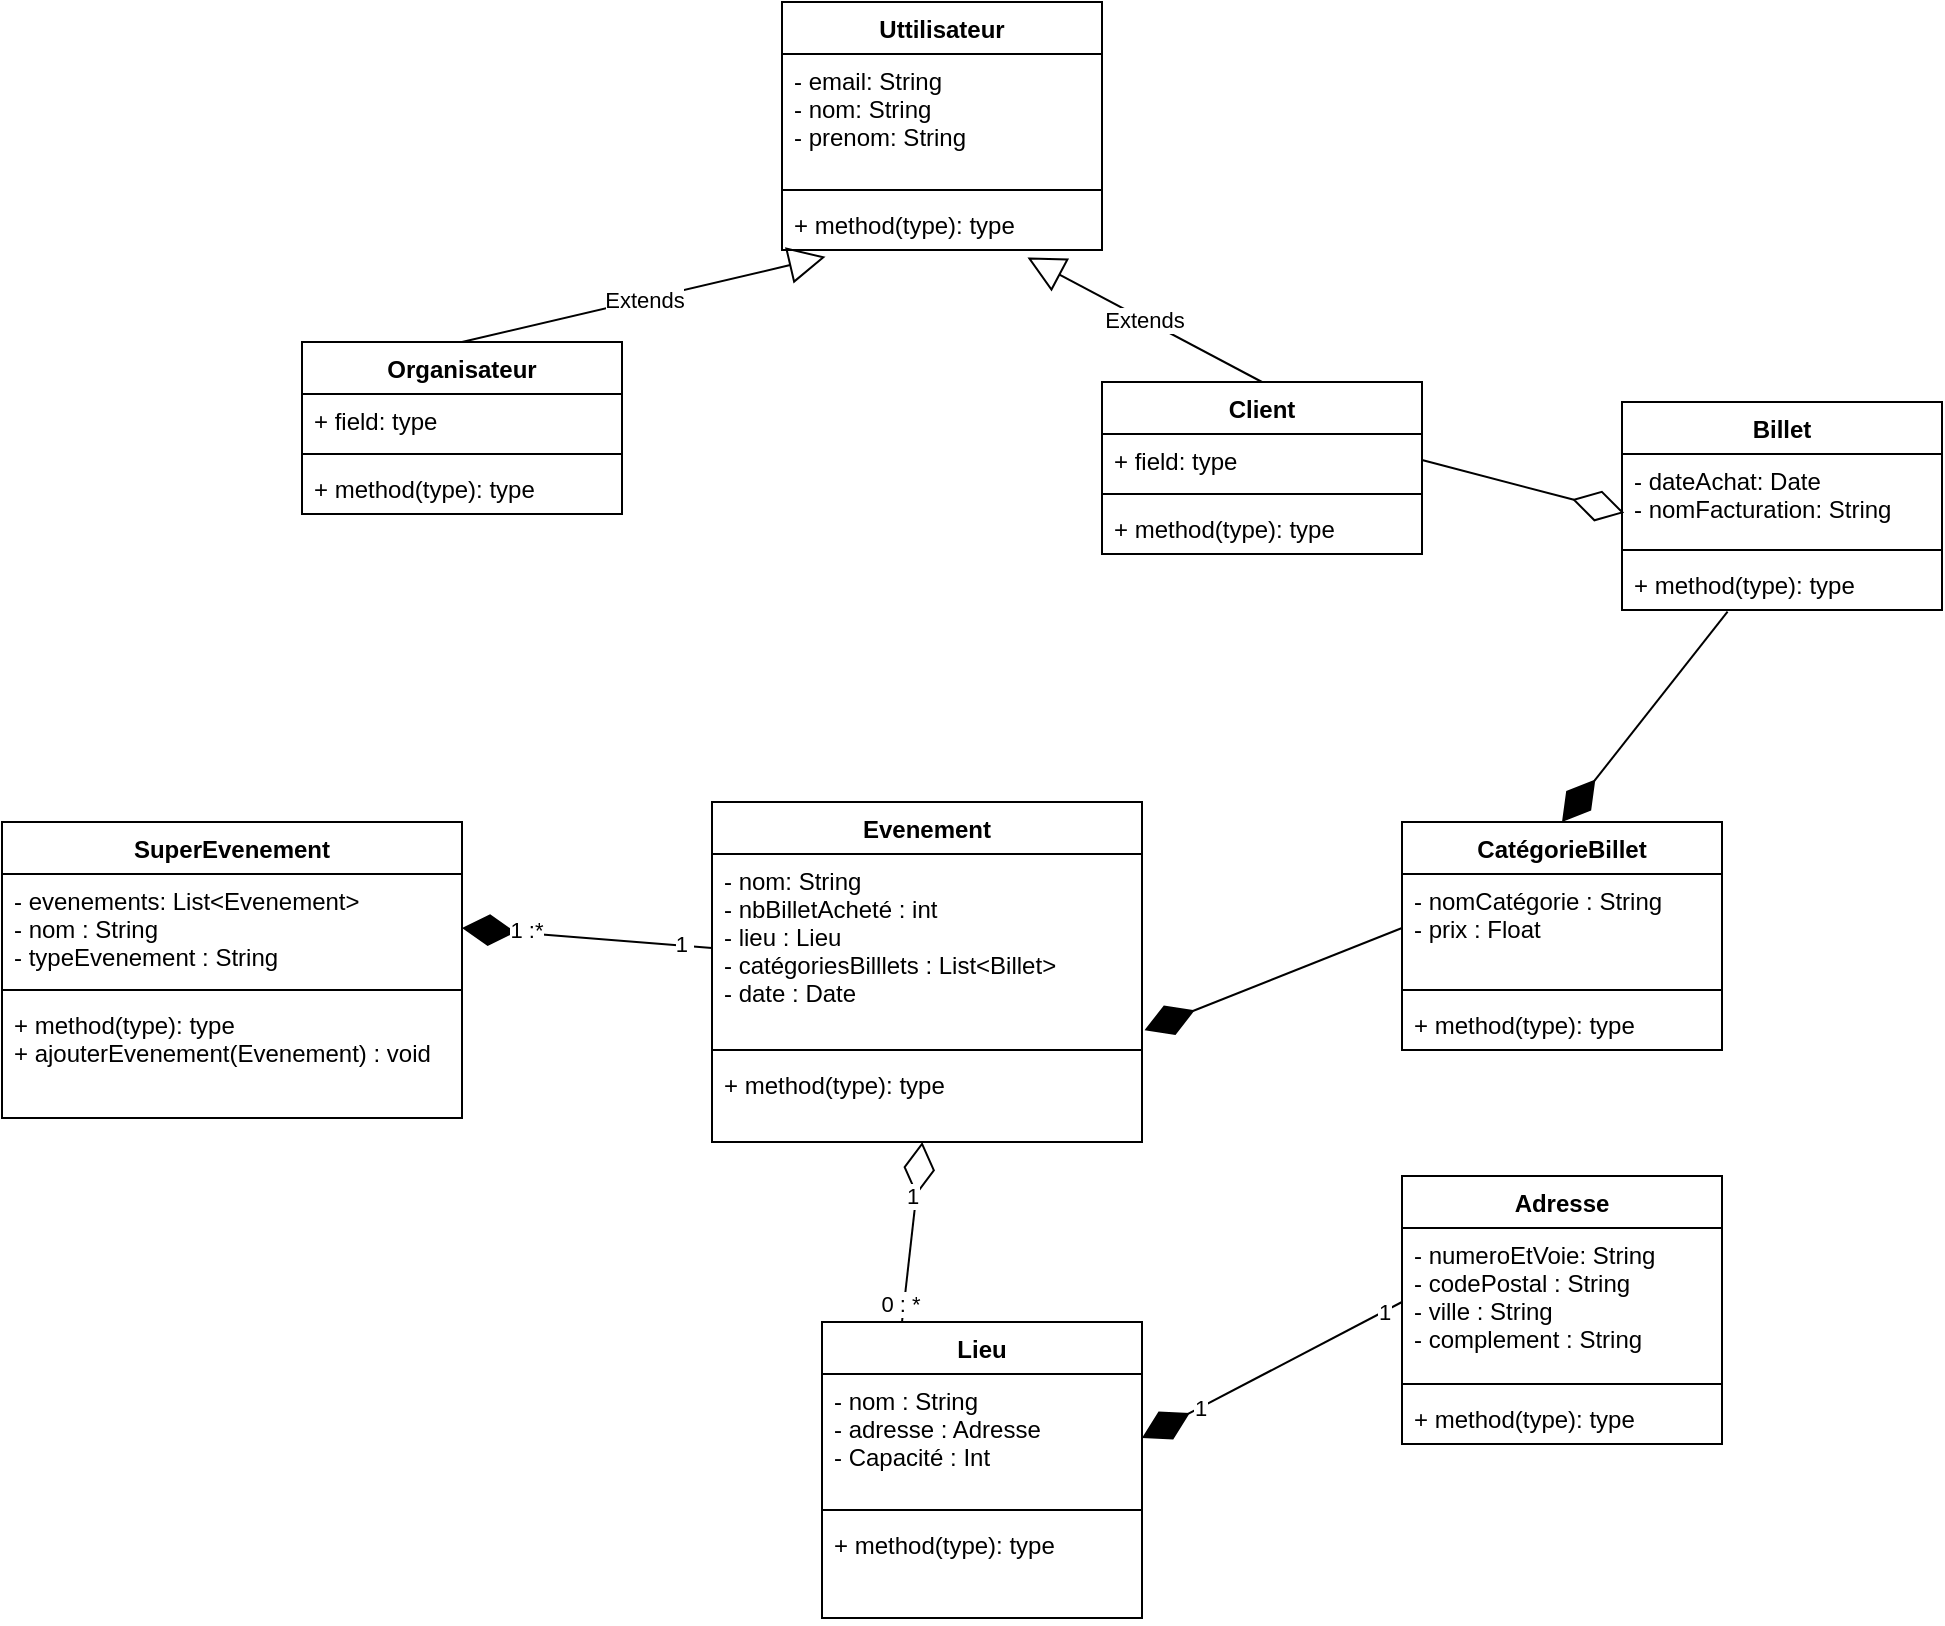
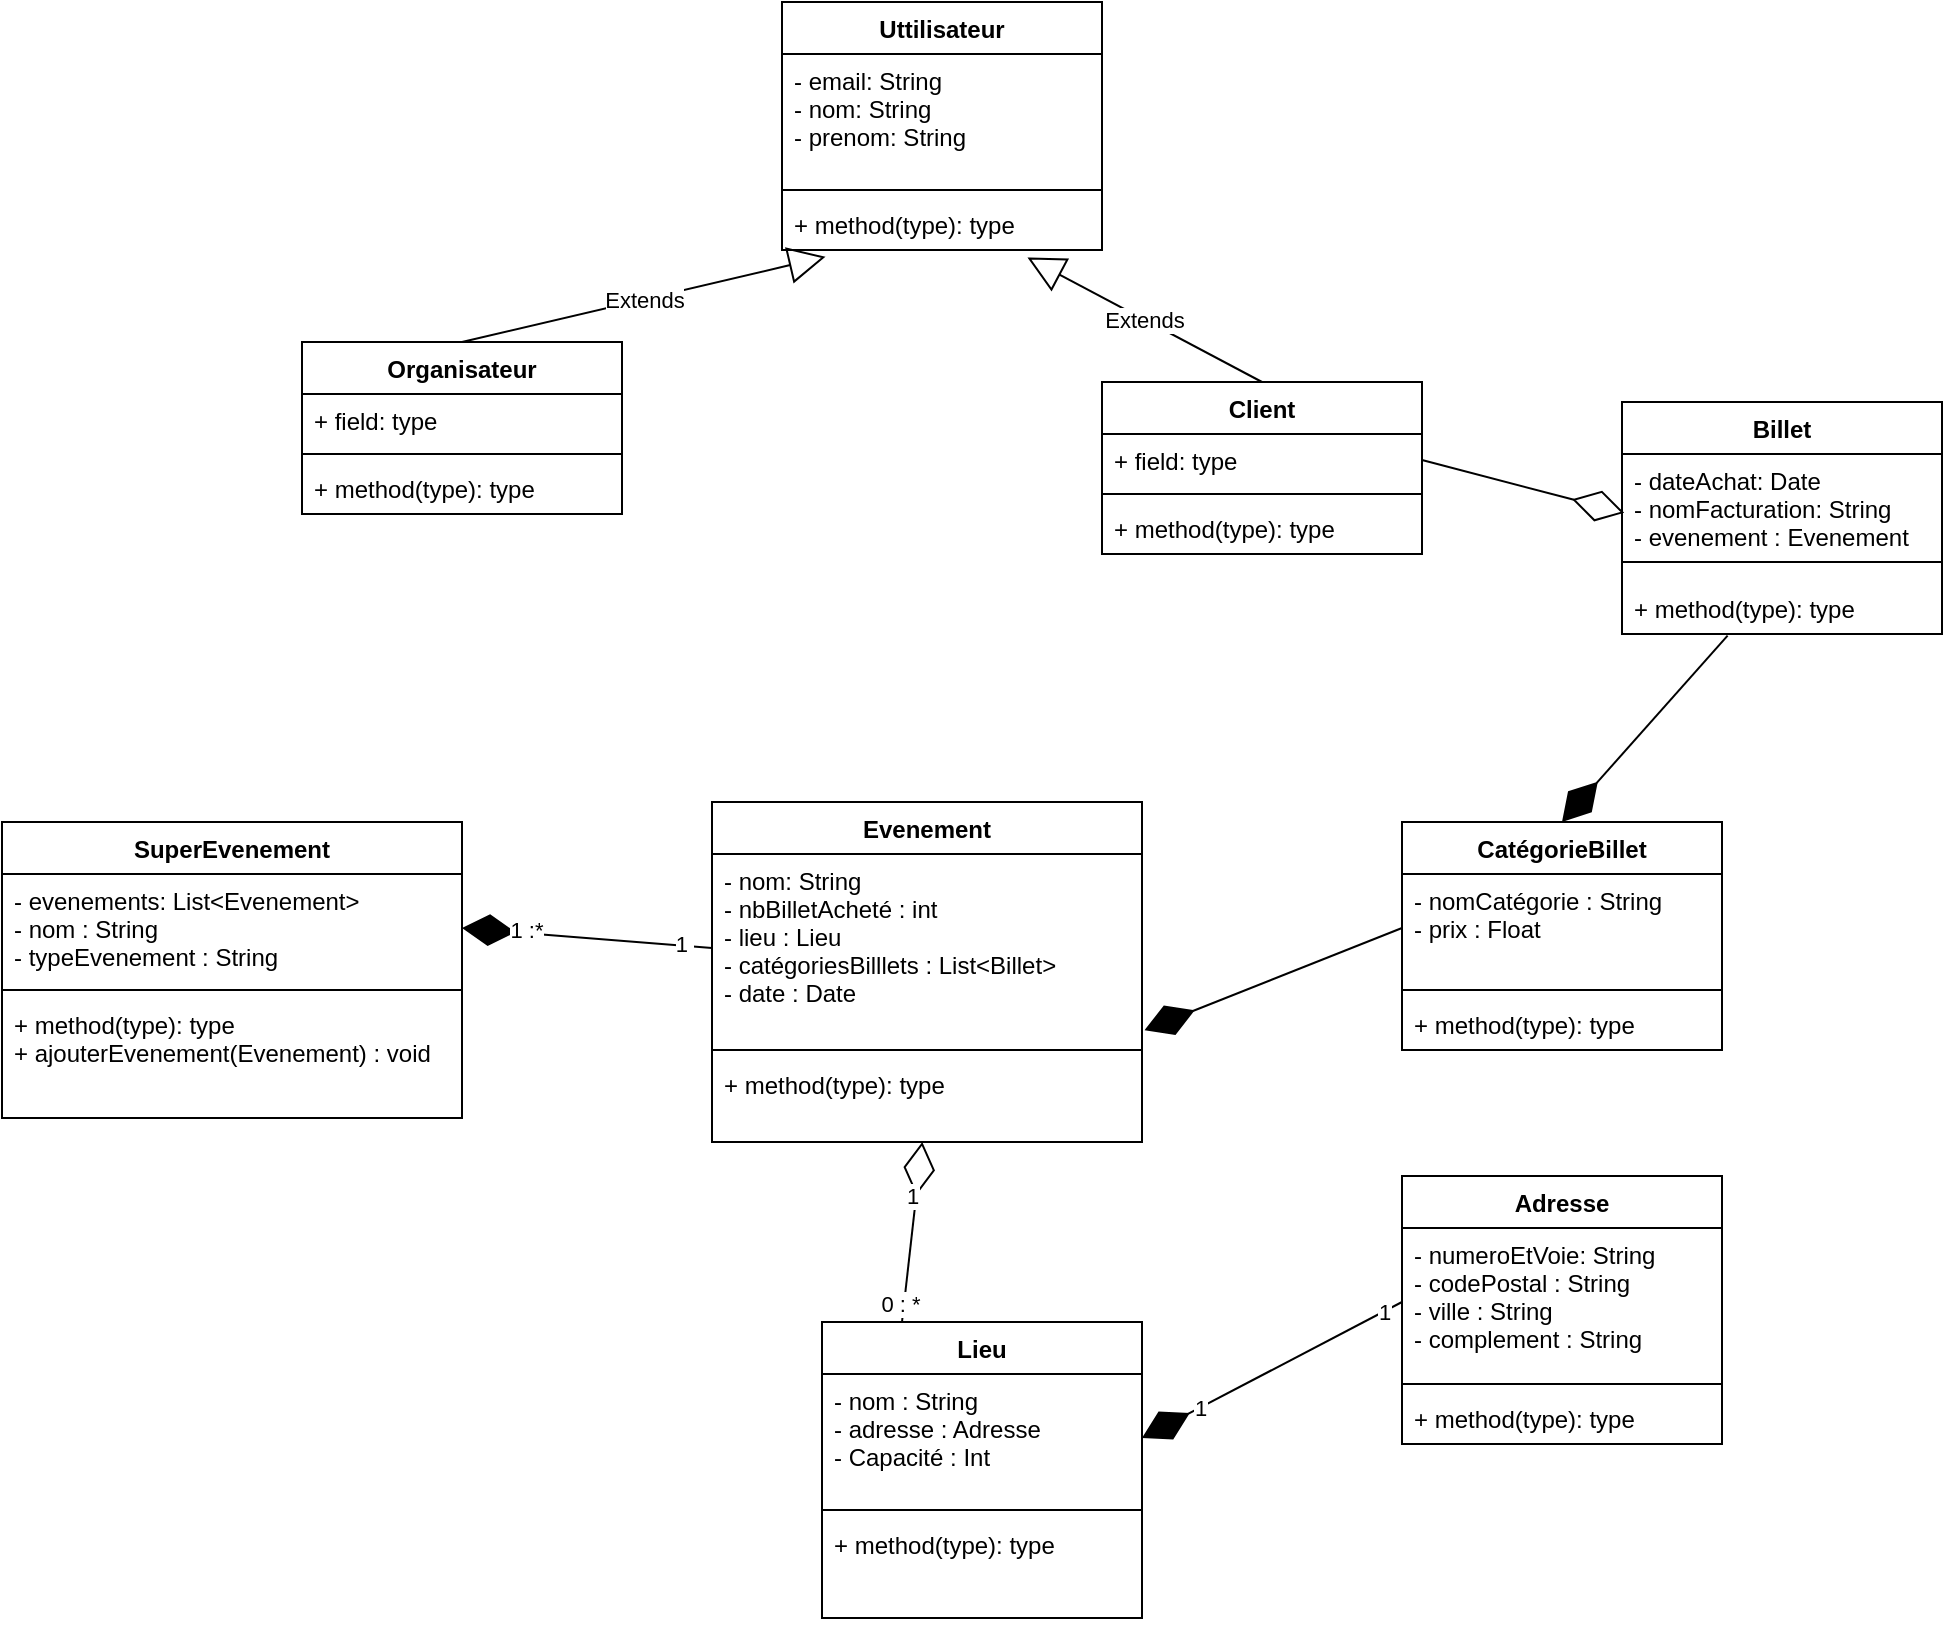
<mxfile host="65bd71144e">
    <diagram id="f2BURgSD-AAibuTe-Y48" name="Page-1">
        <mxGraphModel dx="638" dy="2083" grid="1" gridSize="10" guides="1" tooltips="1" connect="1" arrows="1" fold="1" page="1" pageScale="1" pageWidth="850" pageHeight="1100" math="0" shadow="0">
            <root>
                <mxCell id="0"/>
                <mxCell id="1" parent="0"/>
                <mxCell id="2" value="Evenement" style="swimlane;fontStyle=1;align=center;verticalAlign=top;childLayout=stackLayout;horizontal=1;startSize=26;horizontalStack=0;resizeParent=1;resizeParentMax=0;resizeLast=0;collapsible=1;marginBottom=0;" parent="1" vertex="1">
                    <mxGeometry x="415" y="320" width="215" height="170" as="geometry"/>
                </mxCell>
                <mxCell id="3" value="- nom: String&#10;- nbBilletAcheté : int&#10;- lieu : Lieu&#10;- catégoriesBilllets : List&lt;Billet&gt;&#10;- date : Date" style="text;strokeColor=none;fillColor=none;align=left;verticalAlign=top;spacingLeft=4;spacingRight=4;overflow=hidden;rotatable=0;points=[[0,0.5],[1,0.5]];portConstraint=eastwest;" parent="2" vertex="1">
                    <mxGeometry y="26" width="215" height="94" as="geometry"/>
                </mxCell>
                <mxCell id="4" value="" style="line;strokeWidth=1;fillColor=none;align=left;verticalAlign=middle;spacingTop=-1;spacingLeft=3;spacingRight=3;rotatable=0;labelPosition=right;points=[];portConstraint=eastwest;strokeColor=inherit;" parent="2" vertex="1">
                    <mxGeometry y="120" width="215" height="8" as="geometry"/>
                </mxCell>
                <mxCell id="5" value="+ method(type): type" style="text;strokeColor=none;fillColor=none;align=left;verticalAlign=top;spacingLeft=4;spacingRight=4;overflow=hidden;rotatable=0;points=[[0,0.5],[1,0.5]];portConstraint=eastwest;" parent="2" vertex="1">
                    <mxGeometry y="128" width="215" height="42" as="geometry"/>
                </mxCell>
                <mxCell id="6" value="SuperEvenement" style="swimlane;fontStyle=1;align=center;verticalAlign=top;childLayout=stackLayout;horizontal=1;startSize=26;horizontalStack=0;resizeParent=1;resizeParentMax=0;resizeLast=0;collapsible=1;marginBottom=0;" parent="1" vertex="1">
                    <mxGeometry x="60" y="330" width="230" height="148" as="geometry"/>
                </mxCell>
                <mxCell id="7" value="- evenements: List&lt;Evenement&gt;&#10;- nom : String&#10;- typeEvenement : String" style="text;strokeColor=none;fillColor=none;align=left;verticalAlign=top;spacingLeft=4;spacingRight=4;overflow=hidden;rotatable=0;points=[[0,0.5],[1,0.5]];portConstraint=eastwest;" parent="6" vertex="1">
                    <mxGeometry y="26" width="230" height="54" as="geometry"/>
                </mxCell>
                <mxCell id="8" value="" style="line;strokeWidth=1;fillColor=none;align=left;verticalAlign=middle;spacingTop=-1;spacingLeft=3;spacingRight=3;rotatable=0;labelPosition=right;points=[];portConstraint=eastwest;strokeColor=inherit;" parent="6" vertex="1">
                    <mxGeometry y="80" width="230" height="8" as="geometry"/>
                </mxCell>
                <mxCell id="9" value="+ method(type): type&#10;+ ajouterEvenement(Evenement) : void" style="text;strokeColor=none;fillColor=none;align=left;verticalAlign=top;spacingLeft=4;spacingRight=4;overflow=hidden;rotatable=0;points=[[0,0.5],[1,0.5]];portConstraint=eastwest;" parent="6" vertex="1">
                    <mxGeometry y="88" width="230" height="60" as="geometry"/>
                </mxCell>
                <mxCell id="10" value="" style="endArrow=diamondThin;endFill=1;endSize=24;html=1;entryX=1;entryY=0.5;entryDx=0;entryDy=0;exitX=0;exitY=0.5;exitDx=0;exitDy=0;" parent="1" source="3" target="7" edge="1">
                    <mxGeometry width="160" relative="1" as="geometry">
                        <mxPoint x="340" y="400" as="sourcePoint"/>
                        <mxPoint x="500" y="400" as="targetPoint"/>
                    </mxGeometry>
                </mxCell>
                <mxCell id="69" value="1 :*" style="edgeLabel;html=1;align=center;verticalAlign=middle;resizable=0;points=[];" parent="10" vertex="1" connectable="0">
                    <mxGeometry x="0.5039" y="-2" relative="1" as="geometry">
                        <mxPoint x="1" as="offset"/>
                    </mxGeometry>
                </mxCell>
                <mxCell id="71" value="1&amp;nbsp;" style="edgeLabel;html=1;align=center;verticalAlign=middle;resizable=0;points=[];" parent="10" vertex="1" connectable="0">
                    <mxGeometry x="-0.7667" y="-1" relative="1" as="geometry">
                        <mxPoint as="offset"/>
                    </mxGeometry>
                </mxCell>
                <mxCell id="11" value="Lieu" style="swimlane;fontStyle=1;align=center;verticalAlign=top;childLayout=stackLayout;horizontal=1;startSize=26;horizontalStack=0;resizeParent=1;resizeParentMax=0;resizeLast=0;collapsible=1;marginBottom=0;" parent="1" vertex="1">
                    <mxGeometry x="470" y="580" width="160" height="148" as="geometry"/>
                </mxCell>
                <mxCell id="12" value="- nom : String&#10;- adresse : Adresse&#10;- Capacité : Int&#10;" style="text;strokeColor=none;fillColor=none;align=left;verticalAlign=top;spacingLeft=4;spacingRight=4;overflow=hidden;rotatable=0;points=[[0,0.5],[1,0.5]];portConstraint=eastwest;" parent="11" vertex="1">
                    <mxGeometry y="26" width="160" height="64" as="geometry"/>
                </mxCell>
                <mxCell id="13" value="" style="line;strokeWidth=1;fillColor=none;align=left;verticalAlign=middle;spacingTop=-1;spacingLeft=3;spacingRight=3;rotatable=0;labelPosition=right;points=[];portConstraint=eastwest;strokeColor=inherit;" parent="11" vertex="1">
                    <mxGeometry y="90" width="160" height="8" as="geometry"/>
                </mxCell>
                <mxCell id="14" value="+ method(type): type" style="text;strokeColor=none;fillColor=none;align=left;verticalAlign=top;spacingLeft=4;spacingRight=4;overflow=hidden;rotatable=0;points=[[0,0.5],[1,0.5]];portConstraint=eastwest;" parent="11" vertex="1">
                    <mxGeometry y="98" width="160" height="50" as="geometry"/>
                </mxCell>
                <mxCell id="15" value="" style="endArrow=diamondThin;endFill=0;endSize=24;html=1;exitX=0.25;exitY=0;exitDx=0;exitDy=0;" parent="1" source="11" target="5" edge="1">
                    <mxGeometry width="160" relative="1" as="geometry">
                        <mxPoint x="430" y="570" as="sourcePoint"/>
                        <mxPoint x="590" y="570" as="targetPoint"/>
                    </mxGeometry>
                </mxCell>
                <mxCell id="72" value="1" style="edgeLabel;html=1;align=center;verticalAlign=middle;resizable=0;points=[];" parent="15" vertex="1" connectable="0">
                    <mxGeometry x="0.3864" y="2" relative="1" as="geometry">
                        <mxPoint as="offset"/>
                    </mxGeometry>
                </mxCell>
                <mxCell id="73" value="0 : *" style="edgeLabel;html=1;align=center;verticalAlign=middle;resizable=0;points=[];" parent="15" vertex="1" connectable="0">
                    <mxGeometry x="-0.7988" y="2" relative="1" as="geometry">
                        <mxPoint as="offset"/>
                    </mxGeometry>
                </mxCell>
                <mxCell id="17" value="CatégorieBillet" style="swimlane;fontStyle=1;align=center;verticalAlign=top;childLayout=stackLayout;horizontal=1;startSize=26;horizontalStack=0;resizeParent=1;resizeParentMax=0;resizeLast=0;collapsible=1;marginBottom=0;" parent="1" vertex="1">
                    <mxGeometry x="760" y="330" width="160" height="114" as="geometry"/>
                </mxCell>
                <mxCell id="18" value="- nomCatégorie : String&#10;- prix : Float" style="text;strokeColor=none;fillColor=none;align=left;verticalAlign=top;spacingLeft=4;spacingRight=4;overflow=hidden;rotatable=0;points=[[0,0.5],[1,0.5]];portConstraint=eastwest;" parent="17" vertex="1">
                    <mxGeometry y="26" width="160" height="54" as="geometry"/>
                </mxCell>
                <mxCell id="19" value="" style="line;strokeWidth=1;fillColor=none;align=left;verticalAlign=middle;spacingTop=-1;spacingLeft=3;spacingRight=3;rotatable=0;labelPosition=right;points=[];portConstraint=eastwest;strokeColor=inherit;" parent="17" vertex="1">
                    <mxGeometry y="80" width="160" height="8" as="geometry"/>
                </mxCell>
                <mxCell id="20" value="+ method(type): type" style="text;strokeColor=none;fillColor=none;align=left;verticalAlign=top;spacingLeft=4;spacingRight=4;overflow=hidden;rotatable=0;points=[[0,0.5],[1,0.5]];portConstraint=eastwest;" parent="17" vertex="1">
                    <mxGeometry y="88" width="160" height="26" as="geometry"/>
                </mxCell>
                <mxCell id="23" value="" style="endArrow=diamondThin;endFill=1;endSize=24;html=1;exitX=0;exitY=0.5;exitDx=0;exitDy=0;entryX=1.006;entryY=0.937;entryDx=0;entryDy=0;entryPerimeter=0;" parent="1" source="18" target="3" edge="1">
                    <mxGeometry width="160" relative="1" as="geometry">
                        <mxPoint x="440" y="470" as="sourcePoint"/>
                        <mxPoint x="660" y="500" as="targetPoint"/>
                    </mxGeometry>
                </mxCell>
                <mxCell id="43" value="Adresse" style="swimlane;fontStyle=1;align=center;verticalAlign=top;childLayout=stackLayout;horizontal=1;startSize=26;horizontalStack=0;resizeParent=1;resizeParentMax=0;resizeLast=0;collapsible=1;marginBottom=0;" parent="1" vertex="1">
                    <mxGeometry x="760" y="507" width="160" height="134" as="geometry"/>
                </mxCell>
                <mxCell id="44" value="- numeroEtVoie: String&#10;- codePostal : String&#10;- ville : String&#10;- complement : String" style="text;strokeColor=none;fillColor=none;align=left;verticalAlign=top;spacingLeft=4;spacingRight=4;overflow=hidden;rotatable=0;points=[[0,0.5],[1,0.5]];portConstraint=eastwest;" parent="43" vertex="1">
                    <mxGeometry y="26" width="160" height="74" as="geometry"/>
                </mxCell>
                <mxCell id="45" value="" style="line;strokeWidth=1;fillColor=none;align=left;verticalAlign=middle;spacingTop=-1;spacingLeft=3;spacingRight=3;rotatable=0;labelPosition=right;points=[];portConstraint=eastwest;strokeColor=inherit;" parent="43" vertex="1">
                    <mxGeometry y="100" width="160" height="8" as="geometry"/>
                </mxCell>
                <mxCell id="46" value="+ method(type): type" style="text;strokeColor=none;fillColor=none;align=left;verticalAlign=top;spacingLeft=4;spacingRight=4;overflow=hidden;rotatable=0;points=[[0,0.5],[1,0.5]];portConstraint=eastwest;" parent="43" vertex="1">
                    <mxGeometry y="108" width="160" height="26" as="geometry"/>
                </mxCell>
                <mxCell id="47" value="" style="endArrow=diamondThin;endFill=1;endSize=24;html=1;entryX=1;entryY=0.5;entryDx=0;entryDy=0;exitX=0;exitY=0.5;exitDx=0;exitDy=0;" parent="1" source="44" target="12" edge="1">
                    <mxGeometry width="160" relative="1" as="geometry">
                        <mxPoint x="590" y="440" as="sourcePoint"/>
                        <mxPoint x="750" y="440" as="targetPoint"/>
                    </mxGeometry>
                </mxCell>
                <mxCell id="74" value="1" style="edgeLabel;html=1;align=center;verticalAlign=middle;resizable=0;points=[];" parent="47" vertex="1" connectable="0">
                    <mxGeometry x="0.5515" relative="1" as="geometry">
                        <mxPoint as="offset"/>
                    </mxGeometry>
                </mxCell>
                <mxCell id="75" value="1" style="edgeLabel;html=1;align=center;verticalAlign=middle;resizable=0;points=[];" parent="47" vertex="1" connectable="0">
                    <mxGeometry x="-0.855" relative="1" as="geometry">
                        <mxPoint as="offset"/>
                    </mxGeometry>
                </mxCell>
                <mxCell id="48" value="Uttilisateur" style="swimlane;fontStyle=1;align=center;verticalAlign=top;childLayout=stackLayout;horizontal=1;startSize=26;horizontalStack=0;resizeParent=1;resizeParentMax=0;resizeLast=0;collapsible=1;marginBottom=0;" parent="1" vertex="1">
                    <mxGeometry x="450" y="-80" width="160" height="124" as="geometry"/>
                </mxCell>
                <mxCell id="49" value="- email: String&#10;- nom: String&#10;- prenom: String" style="text;strokeColor=none;fillColor=none;align=left;verticalAlign=top;spacingLeft=4;spacingRight=4;overflow=hidden;rotatable=0;points=[[0,0.5],[1,0.5]];portConstraint=eastwest;" parent="48" vertex="1">
                    <mxGeometry y="26" width="160" height="64" as="geometry"/>
                </mxCell>
                <mxCell id="50" value="" style="line;strokeWidth=1;fillColor=none;align=left;verticalAlign=middle;spacingTop=-1;spacingLeft=3;spacingRight=3;rotatable=0;labelPosition=right;points=[];portConstraint=eastwest;strokeColor=inherit;" parent="48" vertex="1">
                    <mxGeometry y="90" width="160" height="8" as="geometry"/>
                </mxCell>
                <mxCell id="51" value="+ method(type): type" style="text;strokeColor=none;fillColor=none;align=left;verticalAlign=top;spacingLeft=4;spacingRight=4;overflow=hidden;rotatable=0;points=[[0,0.5],[1,0.5]];portConstraint=eastwest;" parent="48" vertex="1">
                    <mxGeometry y="98" width="160" height="26" as="geometry"/>
                </mxCell>
                <mxCell id="52" value="Organisateur" style="swimlane;fontStyle=1;align=center;verticalAlign=top;childLayout=stackLayout;horizontal=1;startSize=26;horizontalStack=0;resizeParent=1;resizeParentMax=0;resizeLast=0;collapsible=1;marginBottom=0;" parent="1" vertex="1">
                    <mxGeometry x="210" y="90" width="160" height="86" as="geometry"/>
                </mxCell>
                <mxCell id="53" value="+ field: type" style="text;strokeColor=none;fillColor=none;align=left;verticalAlign=top;spacingLeft=4;spacingRight=4;overflow=hidden;rotatable=0;points=[[0,0.5],[1,0.5]];portConstraint=eastwest;" parent="52" vertex="1">
                    <mxGeometry y="26" width="160" height="26" as="geometry"/>
                </mxCell>
                <mxCell id="54" value="" style="line;strokeWidth=1;fillColor=none;align=left;verticalAlign=middle;spacingTop=-1;spacingLeft=3;spacingRight=3;rotatable=0;labelPosition=right;points=[];portConstraint=eastwest;strokeColor=inherit;" parent="52" vertex="1">
                    <mxGeometry y="52" width="160" height="8" as="geometry"/>
                </mxCell>
                <mxCell id="55" value="+ method(type): type" style="text;strokeColor=none;fillColor=none;align=left;verticalAlign=top;spacingLeft=4;spacingRight=4;overflow=hidden;rotatable=0;points=[[0,0.5],[1,0.5]];portConstraint=eastwest;" parent="52" vertex="1">
                    <mxGeometry y="60" width="160" height="26" as="geometry"/>
                </mxCell>
                <mxCell id="56" value="Client" style="swimlane;fontStyle=1;align=center;verticalAlign=top;childLayout=stackLayout;horizontal=1;startSize=26;horizontalStack=0;resizeParent=1;resizeParentMax=0;resizeLast=0;collapsible=1;marginBottom=0;" parent="1" vertex="1">
                    <mxGeometry x="610" y="110" width="160" height="86" as="geometry"/>
                </mxCell>
                <mxCell id="57" value="+ field: type" style="text;strokeColor=none;fillColor=none;align=left;verticalAlign=top;spacingLeft=4;spacingRight=4;overflow=hidden;rotatable=0;points=[[0,0.5],[1,0.5]];portConstraint=eastwest;" parent="56" vertex="1">
                    <mxGeometry y="26" width="160" height="26" as="geometry"/>
                </mxCell>
                <mxCell id="58" value="" style="line;strokeWidth=1;fillColor=none;align=left;verticalAlign=middle;spacingTop=-1;spacingLeft=3;spacingRight=3;rotatable=0;labelPosition=right;points=[];portConstraint=eastwest;strokeColor=inherit;" parent="56" vertex="1">
                    <mxGeometry y="52" width="160" height="8" as="geometry"/>
                </mxCell>
                <mxCell id="59" value="+ method(type): type" style="text;strokeColor=none;fillColor=none;align=left;verticalAlign=top;spacingLeft=4;spacingRight=4;overflow=hidden;rotatable=0;points=[[0,0.5],[1,0.5]];portConstraint=eastwest;" parent="56" vertex="1">
                    <mxGeometry y="60" width="160" height="26" as="geometry"/>
                </mxCell>
                <mxCell id="60" value="Extends" style="endArrow=block;endSize=16;endFill=0;html=1;entryX=0.136;entryY=1.131;entryDx=0;entryDy=0;entryPerimeter=0;exitX=0.5;exitY=0;exitDx=0;exitDy=0;" parent="1" source="52" target="51" edge="1">
                    <mxGeometry width="160" relative="1" as="geometry">
                        <mxPoint x="440" y="240" as="sourcePoint"/>
                        <mxPoint x="600" y="240" as="targetPoint"/>
                    </mxGeometry>
                </mxCell>
                <mxCell id="61" value="Extends" style="endArrow=block;endSize=16;endFill=0;html=1;entryX=0.767;entryY=1.145;entryDx=0;entryDy=0;entryPerimeter=0;exitX=0.5;exitY=0;exitDx=0;exitDy=0;" parent="1" source="56" target="51" edge="1">
                    <mxGeometry width="160" relative="1" as="geometry">
                        <mxPoint x="440" y="240" as="sourcePoint"/>
                        <mxPoint x="600" y="240" as="targetPoint"/>
                    </mxGeometry>
                </mxCell>
                <mxCell id="62" value="Billet" style="swimlane;fontStyle=1;align=center;verticalAlign=top;childLayout=stackLayout;horizontal=1;startSize=26;horizontalStack=0;resizeParent=1;resizeParentMax=0;resizeLast=0;collapsible=1;marginBottom=0;" parent="1" vertex="1">
-                     <mxGeometry x="870" y="120" width="160" height="104" as="geometry"/>
+                     <mxGeometry x="870" y="120" width="160" height="116" as="geometry"/>
                </mxCell>
-                 <mxCell id="63" value="- dateAchat: Date&#10;- nomFacturation: String" style="text;strokeColor=none;fillColor=none;align=left;verticalAlign=top;spacingLeft=4;spacingRight=4;overflow=hidden;rotatable=0;points=[[0,0.5],[1,0.5]];portConstraint=eastwest;" parent="62" vertex="1">
+                 <mxCell id="63" value="- dateAchat: Date&#10;- nomFacturation: String&#10;- evenement : Evenement" style="text;strokeColor=none;fillColor=none;align=left;verticalAlign=top;spacingLeft=4;spacingRight=4;overflow=hidden;rotatable=0;points=[[0,0.5],[1,0.5]];portConstraint=eastwest;" parent="62" vertex="1">
                    <mxGeometry y="26" width="160" height="44" as="geometry"/>
                </mxCell>
                <mxCell id="64" value="" style="line;strokeWidth=1;fillColor=none;align=left;verticalAlign=middle;spacingTop=-1;spacingLeft=3;spacingRight=3;rotatable=0;labelPosition=right;points=[];portConstraint=eastwest;strokeColor=inherit;" parent="62" vertex="1">
-                     <mxGeometry y="70" width="160" height="8" as="geometry"/>
+                     <mxGeometry y="70" width="160" height="20" as="geometry"/>
                </mxCell>
                <mxCell id="65" value="+ method(type): type" style="text;strokeColor=none;fillColor=none;align=left;verticalAlign=top;spacingLeft=4;spacingRight=4;overflow=hidden;rotatable=0;points=[[0,0.5],[1,0.5]];portConstraint=eastwest;" parent="62" vertex="1">
-                     <mxGeometry y="78" width="160" height="26" as="geometry"/>
+                     <mxGeometry y="90" width="160" height="26" as="geometry"/>
                </mxCell>
                <mxCell id="67" value="" style="endArrow=diamondThin;endFill=1;endSize=24;html=1;entryX=0.5;entryY=0;entryDx=0;entryDy=0;exitX=0.33;exitY=1.03;exitDx=0;exitDy=0;exitPerimeter=0;" parent="1" source="65" target="17" edge="1">
                    <mxGeometry width="160" relative="1" as="geometry">
                        <mxPoint x="440" y="340" as="sourcePoint"/>
                        <mxPoint x="600" y="340" as="targetPoint"/>
                    </mxGeometry>
                </mxCell>
                <mxCell id="68" value="" style="endArrow=diamondThin;endFill=0;endSize=24;html=1;exitX=1;exitY=0.5;exitDx=0;exitDy=0;entryX=0.007;entryY=0.669;entryDx=0;entryDy=0;entryPerimeter=0;" parent="1" source="57" target="63" edge="1">
                    <mxGeometry width="160" relative="1" as="geometry">
                        <mxPoint x="610" y="240" as="sourcePoint"/>
                        <mxPoint x="770" y="240" as="targetPoint"/>
                    </mxGeometry>
                </mxCell>
            </root>
        </mxGraphModel>
    </diagram>
</mxfile>